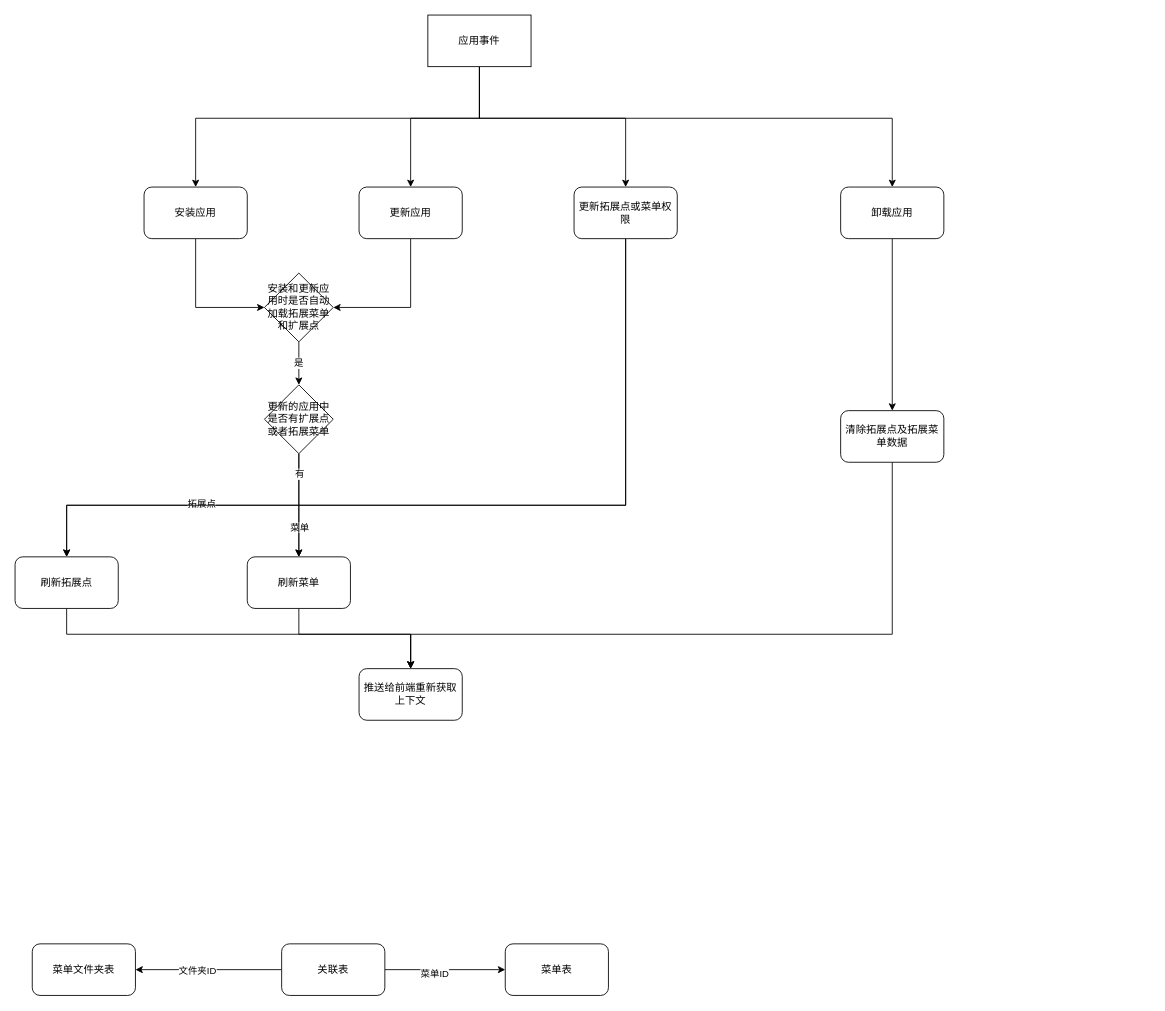
Above: Untitled Diagram.drawio in langlanglanglanglang/diagrams (draw.io), before the change. Source tidied: cells renumbered, new cells numbered last; positions are measured from the earlier drawing's top-left corner, leaving out a move shared by most shapes. Both pictures are drawn from the tidied source at 86%, with x=0, y=0 at pixel (15, 15).
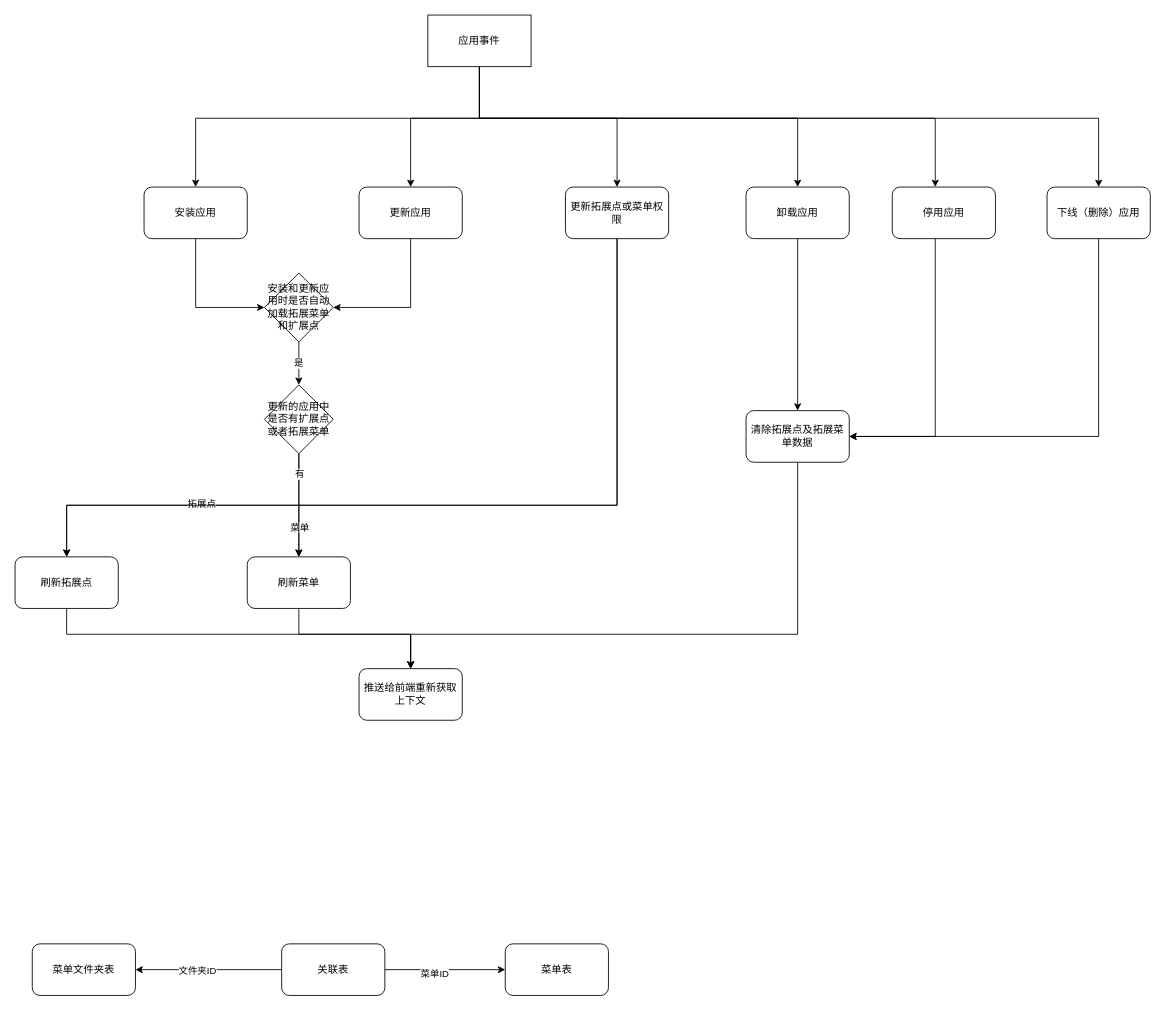
Above is the later version.

Unchanged cells that the change refers to:
```xml
<mxCell id="14" value="应用事件" style="rounded=0;whiteSpace=wrap;html=1;" parent="1" vertex="1">
  <mxGeometry x="480" width="120" height="60" as="geometry" />
</mxCell>
<mxCell id="16" value="刷新拓展点" style="rounded=1;whiteSpace=wrap;html=1;" parent="1" vertex="1">
  <mxGeometry y="630" width="120" height="60" as="geometry" />
</mxCell>
<mxCell id="18" value="刷新菜单" style="rounded=1;whiteSpace=wrap;html=1;" parent="1" vertex="1">
  <mxGeometry x="270" y="630" width="120" height="60" as="geometry" />
</mxCell>
<mxCell id="19" value="推送给前端重新获取上下文" style="rounded=1;whiteSpace=wrap;html=1;" parent="1" vertex="1">
  <mxGeometry x="400" y="760" width="120" height="60" as="geometry" />
</mxCell>
```

Change to the diagram source:
```diff
@@
     <mxCell id="12" style="edgeStyle=orthogonalEdgeStyle;rounded=0;jettySize=auto;html=1;" parent="1" edge="1" source="14" target="23">
       <mxGeometry relative="1" as="geometry">
         <Array as="points">
           <mxPoint x="540" y="120" />
-          <mxPoint x="1020" y="120" />
+          <mxPoint x="910" y="120" />
         </Array>
       </mxGeometry>
     </mxCell>
-    <mxCell id="13" style="edgeStyle=orthogonalEdgeStyle;rounded=0;jettySize=auto;html=1;" parent="1" edge="1" source="14" target="28">
+    <mxCell id="13" style="edgeStyle=orthogonalEdgeStyle;rounded=0;jettySize=auto;html=1;entryX=0.5;entryY=0;entryDx=0;entryDy=0;" parent="1" edge="1" source="14" target="28">
       <mxGeometry relative="1" as="geometry">
         <Array as="points">
           <mxPoint x="540" y="120" />
-          <mxPoint x="710" y="120" />
+          <mxPoint x="700" y="120" />
         </Array>
       </mxGeometry>
     </mxCell>
+    <mxCell id="38" style="edgeStyle=orthogonalEdgeStyle;rounded=0;jettySize=auto;html=1;" parent="1" edge="1" source="14" target="41">
+      <mxGeometry relative="1" as="geometry">
+        <Array as="points">
+          <mxPoint x="540" y="120" />
+          <mxPoint x="1070" y="120" />
+        </Array>
+      </mxGeometry>
+    </mxCell>
+    <mxCell id="39" style="edgeStyle=orthogonalEdgeStyle;rounded=0;jettySize=auto;html=1;entryX=0.5;entryY=0;entryDx=0;entryDy=0;" parent="1" edge="1" source="14" target="43">
+      <mxGeometry relative="1" as="geometry">
+        <Array as="points">
+          <mxPoint x="540" y="120" />
+          <mxPoint x="1260" y="120" />
+        </Array>
+      </mxGeometry>
+    </mxCell>
@@
     <mxCell id="22" style="edgeStyle=orthogonalEdgeStyle;rounded=0;jettySize=auto;html=1;" parent="1" edge="1" source="23" target="25">
       <mxGeometry relative="1" as="geometry">
         <Array as="points">
-          <mxPoint x="1060" y="480" />
+          <mxPoint x="930" y="480" />
         </Array>
       </mxGeometry>
     </mxCell>
     <mxCell id="23" value="卸载应用" style="rounded=1;whiteSpace=wrap;html=1;" parent="1" vertex="1">
-      <mxGeometry x="960" y="200" width="120" height="60" as="geometry" />
+      <mxGeometry x="850" y="200" width="120" height="60" as="geometry" />
     </mxCell>
     <mxCell id="24" style="edgeStyle=orthogonalEdgeStyle;rounded=0;jettySize=auto;html=1;entryX=0.5;entryY=0;entryDx=0;entryDy=0;" parent="1" edge="1" source="25" target="19">
       <mxGeometry relative="1" as="geometry">
         <Array as="points">
-          <mxPoint x="1020" y="720" />
+          <mxPoint x="910" y="720" />
           <mxPoint x="460" y="720" />
         </Array>
       </mxGeometry>
     </mxCell>
     <mxCell id="25" value="清除拓展点及拓展菜单数据" style="rounded=1;whiteSpace=wrap;html=1;" parent="1" vertex="1">
-      <mxGeometry x="960" y="460" width="120" height="60" as="geometry" />
+      <mxGeometry x="850" y="460" width="120" height="60" as="geometry" />
     </mxCell>
     <mxCell id="26" style="edgeStyle=orthogonalEdgeStyle;rounded=0;jettySize=auto;html=1;entryX=0.5;entryY=0;entryDx=0;entryDy=0;" parent="1" edge="1" source="28" target="18">
       <mxGeometry relative="1" as="geometry">
         <Array as="points">
-          <mxPoint x="710" y="570" />
+          <mxPoint x="700" y="570" />
           <mxPoint x="330" y="570" />
         </Array>
       </mxGeometry>
     </mxCell>
     <mxCell id="27" style="edgeStyle=orthogonalEdgeStyle;rounded=0;jettySize=auto;html=1;" parent="1" edge="1" source="28" target="16">
       <mxGeometry relative="1" as="geometry">
         <Array as="points">
-          <mxPoint x="710" y="570" />
+          <mxPoint x="700" y="570" />
           <mxPoint x="60" y="570" />
         </Array>
       </mxGeometry>
     </mxCell>
     <mxCell id="28" value="更新拓展点或菜单权限" style="rounded=1;whiteSpace=wrap;html=1;" parent="1" vertex="1">
-      <mxGeometry x="650" y="200" width="120" height="60" as="geometry" />
+      <mxGeometry x="640" y="200" width="120" height="60" as="geometry" />
     </mxCell>
@@
+    <mxCell id="40" style="edgeStyle=orthogonalEdgeStyle;rounded=0;jettySize=auto;html=1;entryX=1;entryY=0.5;entryDx=0;entryDy=0;" parent="1" edge="1" source="41" target="25">
+      <mxGeometry relative="1" as="geometry">
+        <Array as="points">
+          <mxPoint x="1070" y="490" />
+        </Array>
+      </mxGeometry>
+    </mxCell>
+    <mxCell id="41" value="停用应用" style="rounded=1;whiteSpace=wrap;html=1;" parent="1" vertex="1">
+      <mxGeometry x="1020" y="200" width="120" height="60" as="geometry" />
+    </mxCell>
+    <mxCell id="42" style="edgeStyle=orthogonalEdgeStyle;rounded=0;jettySize=auto;html=1;entryX=1;entryY=0.5;entryDx=0;entryDy=0;" parent="1" edge="1" source="43" target="25">
+      <mxGeometry relative="1" as="geometry">
+        <Array as="points">
+          <mxPoint x="1260" y="490" />
+        </Array>
+      </mxGeometry>
+    </mxCell>
+    <mxCell id="43" value="下线（删除）应用" style="rounded=1;whiteSpace=wrap;html=1;" parent="1" vertex="1">
+      <mxGeometry x="1200" y="200" width="120" height="60" as="geometry" />
+    </mxCell>
```
